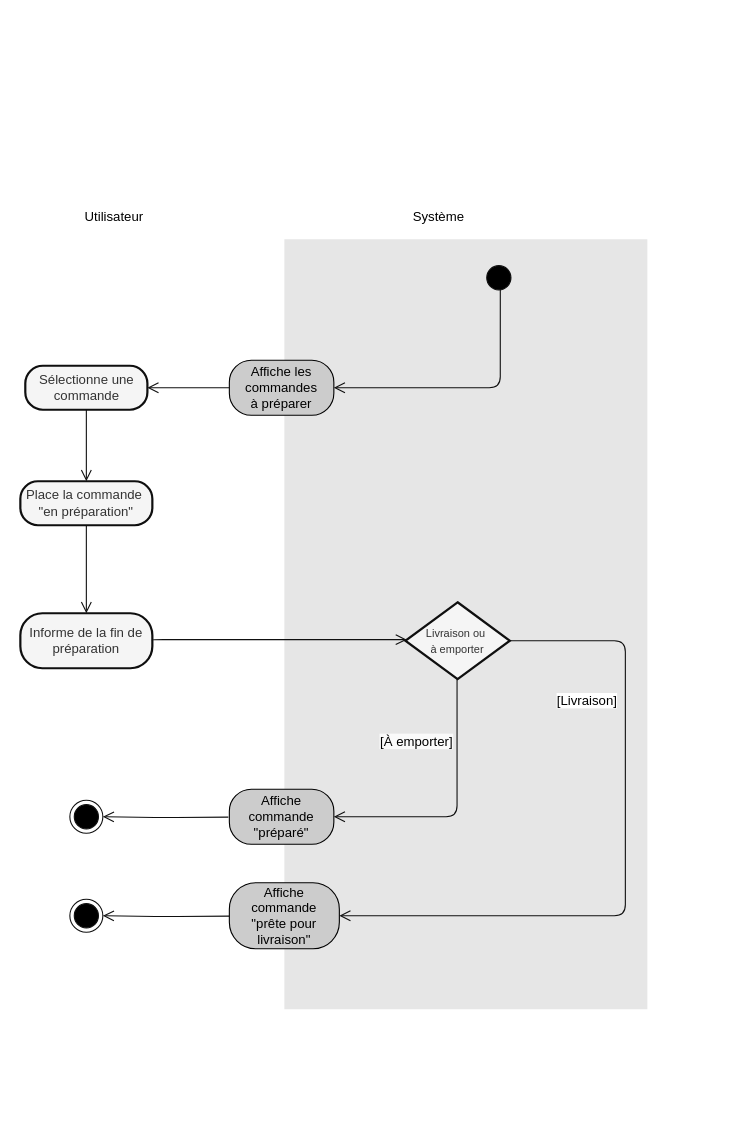
The draw.io diagram diagrams/activity/prepare.drawio in gsagot/oc_p6_ocPizza, before the edit. Source tidied: cells renumbered, new cells numbered last; positions are measured from the earlier drawing's top-left corner, leaving out a move shared by most shapes. Both pictures are drawn from the tidied source at 110%, with x=0, y=0 at pixel (20, 206).
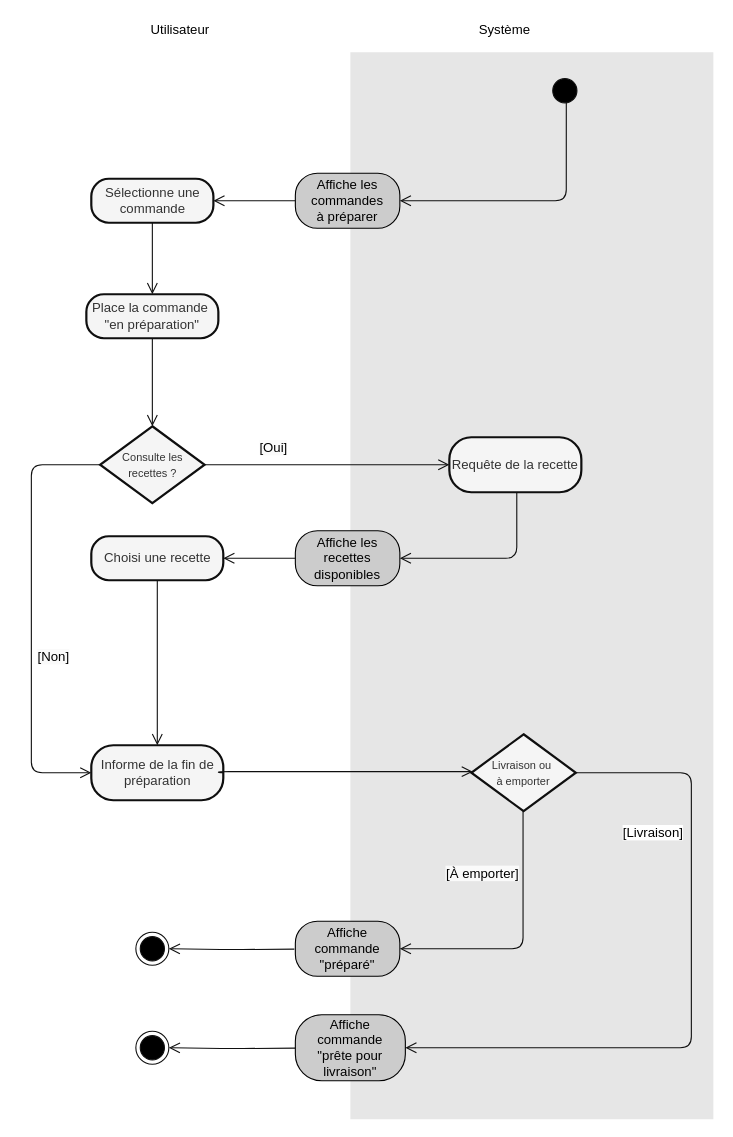
Above is the later version.

The edit, as a diff of the source:
```diff
@@
-    <mxCell id="2" style="rounded=0;whiteSpace=wrap;html=1;strokeColor=none;fillColor=#E6E6E6;" parent="1" vertex="1">
-      <mxGeometry x="240" y="30" width="330" height="700" as="geometry" />
-    </mxCell>
-    <mxCell id="3" style="ellipse;html=1;shape=startState;fillColor=#000000;shadow=0;sketch=0;strokeColor=#0F0F0F;" parent="1" vertex="1">
-      <mxGeometry x="420" y="50" width="30" height="30" as="geometry" />
-    </mxCell>
-    <mxCell id="4" style="edgeStyle=orthogonalEdgeStyle;html=1;verticalAlign=bottom;endArrow=open;endSize=8;strokeColor=#0F0F0F;exitX=0.544;exitY=0.839;exitDx=0;exitDy=0;exitPerimeter=0;entryX=1;entryY=0.5;entryDx=0;entryDy=0;" parent="1" edge="1" source="3" target="5">
-      <mxGeometry relative="1" as="geometry">
-        <Array as="points">
-          <mxPoint x="436" y="165" />
-        </Array>
-      </mxGeometry>
-    </mxCell>
+    <mxCell id="26" style="rounded=0;whiteSpace=wrap;html=1;strokeColor=none;fillColor=#E6E6E6;" parent="1" vertex="1">
+      <mxGeometry x="300" y="-140" width="330" height="970" as="geometry" />
+    </mxCell>
+    <mxCell id="27" style="ellipse;html=1;shape=startState;fillColor=#000000;shadow=0;sketch=0;strokeColor=#0F0F0F;" parent="1" vertex="1">
+      <mxGeometry x="480" y="-120" width="30" height="30" as="geometry" />
+    </mxCell>
+    <mxCell id="28" style="edgeStyle=orthogonalEdgeStyle;html=1;verticalAlign=bottom;endArrow=open;endSize=8;strokeColor=#0F0F0F;exitX=0.544;exitY=0.839;exitDx=0;exitDy=0;exitPerimeter=0;entryX=1;entryY=0.5;entryDx=0;entryDy=0;" parent="1" edge="1" source="27" target="5">
+      <mxGeometry relative="1" as="geometry">
+        <Array as="points">
+          <mxPoint x="496" y="-5" />
+        </Array>
+      </mxGeometry>
+    </mxCell>
     <mxCell id="5" value="Affiche les commandes&lt;br&gt;à préparer" style="rounded=1;whiteSpace=wrap;html=1;arcSize=40;shadow=0;sketch=0;fillColor=#CCCCCC;" parent="1" vertex="1">
-      <mxGeometry x="190" y="140" width="95" height="50" as="geometry" />
+      <mxGeometry x="250" y="-30" width="95" height="50" as="geometry" />
     </mxCell>
     <mxCell id="6" value="Sélectionne une commande" style="rounded=1;whiteSpace=wrap;html=1;arcSize=40;fillColor=#f5f5f5;shadow=0;sketch=0;fontColor=#333333;strokeWidth=2;strokeColor=#0F0F0F;" parent="1" vertex="1">
-      <mxGeometry x="4.5" y="145" width="111" height="40" as="geometry" />
+      <mxGeometry x="64.5" y="-25" width="111" height="40" as="geometry" />
     </mxCell>
     <mxCell id="7" style="edgeStyle=orthogonalEdgeStyle;html=1;verticalAlign=bottom;endArrow=open;endSize=8;strokeColor=#0F0F0F;exitX=0;exitY=0.5;exitDx=0;exitDy=0;entryX=1;entryY=0.5;entryDx=0;entryDy=0;" parent="1" edge="1" source="5" target="6">
       <mxGeometry relative="1" as="geometry">
         <Array as="points">
-          <mxPoint x="140" y="165" />
-          <mxPoint x="140" y="165" />
+          <mxPoint x="200" y="-5" />
+          <mxPoint x="200" y="-5" />
         </Array>
       </mxGeometry>
     </mxCell>
     <mxCell id="8" value="Place la commande&amp;nbsp;&lt;br&gt;&quot;en préparation&quot;" style="rounded=1;whiteSpace=wrap;html=1;arcSize=40;fillColor=#f5f5f5;shadow=0;sketch=0;fontColor=#333333;strokeWidth=2;strokeColor=#0F0F0F;" parent="1" vertex="1">
-      <mxGeometry y="250" width="120" height="40" as="geometry" />
+      <mxGeometry x="60" y="80" width="120" height="40" as="geometry" />
     </mxCell>
-    <mxCell id="9" style="edgeStyle=orthogonalEdgeStyle;html=1;verticalAlign=bottom;endArrow=open;endSize=8;strokeColor=#0F0F0F;exitX=0.5;exitY=1;exitDx=0;exitDy=0;" parent="1" edge="1" source="6">
-      <mxGeometry relative="1" as="geometry">
-        <mxPoint x="60" y="250" as="targetPoint" />
-        <Array as="points">
-          <mxPoint x="60" y="185" />
-        </Array>
-      </mxGeometry>
-    </mxCell>
+    <mxCell id="29" style="edgeStyle=orthogonalEdgeStyle;html=1;verticalAlign=bottom;endArrow=open;endSize=8;strokeColor=#0F0F0F;exitX=0.5;exitY=1;exitDx=0;exitDy=0;" parent="1" edge="1" source="6">
+      <mxGeometry relative="1" as="geometry">
+        <mxPoint x="120" y="80" as="targetPoint" />
+        <Array as="points">
+          <mxPoint x="120" y="15" />
+        </Array>
+      </mxGeometry>
+    </mxCell>
     <mxCell id="10" value="Informe de la fin de préparation" style="rounded=1;whiteSpace=wrap;html=1;arcSize=40;fillColor=#f5f5f5;shadow=0;sketch=0;fontColor=#333333;strokeWidth=2;strokeColor=#0F0F0F;" parent="1" vertex="1">
-      <mxGeometry y="370" width="120" height="50" as="geometry" />
+      <mxGeometry x="64.5" y="490" width="120" height="50" as="geometry" />
     </mxCell>
-    <mxCell id="11" style="edgeStyle=orthogonalEdgeStyle;html=1;verticalAlign=bottom;endArrow=open;endSize=8;strokeColor=#0F0F0F;exitX=0.5;exitY=1;exitDx=0;exitDy=0;" parent="1" edge="1" source="8">
-      <mxGeometry relative="1" as="geometry">
-        <mxPoint x="60" y="370" as="targetPoint" />
-      </mxGeometry>
-    </mxCell>
+    <mxCell id="30" style="edgeStyle=orthogonalEdgeStyle;html=1;verticalAlign=bottom;endArrow=open;endSize=8;strokeColor=#0F0F0F;exitX=0.5;exitY=1;exitDx=0;exitDy=0;" parent="1" edge="1" source="8">
+      <mxGeometry relative="1" as="geometry">
+        <mxPoint x="120" y="200" as="targetPoint" />
+      </mxGeometry>
+    </mxCell>
     <mxCell id="12" value="&lt;font style=&quot;font-size: 10px&quot;&gt;Livraison ou&amp;nbsp;&lt;br&gt;à emporter&lt;/font&gt;" style="rhombus;whiteSpace=wrap;html=1;fillColor=#f5f5f5;shadow=0;sketch=0;fontColor=#333333;strokeWidth=2;strokeColor=#0F0F0F;" parent="1" vertex="1">
-      <mxGeometry x="350" y="360" width="95" height="70" as="geometry" />
+      <mxGeometry x="410" y="480" width="95" height="70" as="geometry" />
     </mxCell>
     <mxCell id="13" style="edgeStyle=orthogonalEdgeStyle;html=1;verticalAlign=bottom;endArrow=open;endSize=8;strokeColor=#0F0F0F;exitX=1;exitY=0.5;exitDx=0;exitDy=0;" parent="1" edge="1" source="10" target="12">
       <mxGeometry relative="1" as="geometry">
         <Array as="points">
-          <mxPoint x="120" y="394" />
+          <mxPoint x="180" y="514" />
         </Array>
       </mxGeometry>
     </mxCell>
-    <mxCell id="14" style="edgeStyle=orthogonalEdgeStyle;html=1;verticalAlign=bottom;endArrow=open;endSize=8;strokeColor=#0F0F0F;exitX=0.5;exitY=1;exitDx=0;exitDy=0;entryX=1;entryY=0.5;entryDx=0;entryDy=0;" parent="1" edge="1" target="16">
-      <mxGeometry relative="1" as="geometry">
-        <mxPoint x="397" y="430" as="sourcePoint" />
-        <Array as="points">
-          <mxPoint x="397" y="555" />
-        </Array>
-      </mxGeometry>
-    </mxCell>
+    <mxCell id="31" style="edgeStyle=orthogonalEdgeStyle;html=1;verticalAlign=bottom;endArrow=open;endSize=8;strokeColor=#0F0F0F;exitX=0.5;exitY=1;exitDx=0;exitDy=0;entryX=1;entryY=0.5;entryDx=0;entryDy=0;" parent="1" edge="1" target="16">
+      <mxGeometry relative="1" as="geometry">
+        <mxPoint x="457" y="550" as="sourcePoint" />
+        <Array as="points">
+          <mxPoint x="457" y="675" />
+        </Array>
+      </mxGeometry>
+    </mxCell>
     <mxCell id="15" style="edgeStyle=orthogonalEdgeStyle;html=1;verticalAlign=bottom;endArrow=open;endSize=8;strokeColor=#0F0F0F;exitX=1;exitY=0.5;exitDx=0;exitDy=0;entryX=1;entryY=0.5;entryDx=0;entryDy=0;" parent="1" edge="1" source="12" target="19">
       <mxGeometry relative="1" as="geometry">
         <Array as="points">
-          <mxPoint x="550" y="395" />
-          <mxPoint x="550" y="645" />
+          <mxPoint x="610" y="515" />
+          <mxPoint x="610" y="765" />
         </Array>
       </mxGeometry>
     </mxCell>
     <mxCell id="16" value="Affiche commande&lt;br&gt;&quot;préparé&quot;" style="rounded=1;whiteSpace=wrap;html=1;arcSize=40;shadow=0;sketch=0;fillColor=#CCCCCC;" parent="1" vertex="1">
-      <mxGeometry x="190" y="530" width="95" height="50" as="geometry" />
+      <mxGeometry x="250" y="650" width="95" height="50" as="geometry" />
     </mxCell>
-    <mxCell id="17" style="edgeStyle=orthogonalEdgeStyle;html=1;verticalAlign=bottom;endArrow=open;endSize=8;strokeColor=#0F0F0F;entryX=1;entryY=0.5;entryDx=0;entryDy=0;exitX=0.559;exitY=0.586;exitDx=0;exitDy=0;exitPerimeter=0;" parent="1" edge="1" target="18">
-      <mxGeometry relative="1" as="geometry">
-        <mxPoint x="190" y="645.3" as="sourcePoint" />
-      </mxGeometry>
-    </mxCell>
-    <mxCell id="18" style="ellipse;html=1;shape=endState;fillColor=#000000;shadow=0;sketch=0;strokeColor=#0F0F0F;" parent="1" vertex="1">
-      <mxGeometry x="45" y="630" width="30" height="30" as="geometry" />
-    </mxCell>
+    <mxCell id="32" style="edgeStyle=orthogonalEdgeStyle;html=1;verticalAlign=bottom;endArrow=open;endSize=8;strokeColor=#0F0F0F;entryX=1;entryY=0.5;entryDx=0;entryDy=0;exitX=0.559;exitY=0.586;exitDx=0;exitDy=0;exitPerimeter=0;" parent="1" edge="1" target="33">
+      <mxGeometry relative="1" as="geometry">
+        <mxPoint x="250" y="765.3" as="sourcePoint" />
+      </mxGeometry>
+    </mxCell>
+    <mxCell id="33" style="ellipse;html=1;shape=endState;fillColor=#000000;shadow=0;sketch=0;strokeColor=#0F0F0F;" parent="1" vertex="1">
+      <mxGeometry x="105" y="750" width="30" height="30" as="geometry" />
+    </mxCell>
     <mxCell id="19" value="Affiche commande&lt;br&gt;&quot;prête pour livraison&quot;" style="rounded=1;whiteSpace=wrap;html=1;arcSize=40;shadow=0;sketch=0;fillColor=#CCCCCC;" parent="1" vertex="1">
-      <mxGeometry x="190" y="615" width="100" height="60" as="geometry" />
+      <mxGeometry x="250" y="735" width="100" height="60" as="geometry" />
     </mxCell>
-    <mxCell id="20" style="edgeStyle=orthogonalEdgeStyle;html=1;verticalAlign=bottom;endArrow=open;endSize=8;strokeColor=#0F0F0F;entryX=1;entryY=0.5;entryDx=0;entryDy=0;exitX=0.559;exitY=0.586;exitDx=0;exitDy=0;exitPerimeter=0;" parent="1" edge="1" target="21">
-      <mxGeometry relative="1" as="geometry">
-        <mxPoint x="189.1" y="555.3" as="sourcePoint" />
-      </mxGeometry>
-    </mxCell>
-    <mxCell id="21" style="ellipse;html=1;shape=endState;fillColor=#000000;shadow=0;sketch=0;strokeColor=#0F0F0F;" parent="1" vertex="1">
-      <mxGeometry x="45" y="540" width="30" height="30" as="geometry" />
-    </mxCell>
+    <mxCell id="34" style="edgeStyle=orthogonalEdgeStyle;html=1;verticalAlign=bottom;endArrow=open;endSize=8;strokeColor=#0F0F0F;entryX=1;entryY=0.5;entryDx=0;entryDy=0;exitX=0.559;exitY=0.586;exitDx=0;exitDy=0;exitPerimeter=0;" parent="1" edge="1" target="35">
+      <mxGeometry relative="1" as="geometry">
+        <mxPoint x="249.1" y="675.3" as="sourcePoint" />
+      </mxGeometry>
+    </mxCell>
+    <mxCell id="35" style="ellipse;html=1;shape=endState;fillColor=#000000;shadow=0;sketch=0;strokeColor=#0F0F0F;" parent="1" vertex="1">
+      <mxGeometry x="105" y="660" width="30" height="30" as="geometry" />
+    </mxCell>
     <mxCell id="22" value="Système" style="text;html=1;align=center;verticalAlign=middle;strokeColor=none;" parent="1" vertex="1">
-      <mxGeometry x="350" width="60" height="20" as="geometry" />
+      <mxGeometry x="410" y="-170" width="60" height="20" as="geometry" />
     </mxCell>
     <mxCell id="23" value="Utilisateur" style="text;html=1;align=center;verticalAlign=middle;strokeColor=none;" parent="1" vertex="1">
-      <mxGeometry x="50" width="70" height="20" as="geometry" />
+      <mxGeometry x="110" y="-170" width="70" height="20" as="geometry" />
     </mxCell>
     <mxCell id="24" value="&lt;span style=&quot;background-color: rgb(255 , 255 , 255)&quot;&gt;[Livraison]&lt;/span&gt;" style="text;html=1;align=center;verticalAlign=middle;strokeColor=none;" parent="1" vertex="1">
-      <mxGeometry x="480" y="440" width="70" height="20" as="geometry" />
+      <mxGeometry x="540" y="560" width="70" height="20" as="geometry" />
     </mxCell>
     <mxCell id="25" value="&lt;span style=&quot;background-color: rgb(250 , 250 , 250)&quot;&gt;[À emporter]&lt;/span&gt;" style="text;html=1;align=center;verticalAlign=middle;strokeColor=none;" parent="1" vertex="1">
-      <mxGeometry x="320" y="477" width="80" height="20" as="geometry" />
+      <mxGeometry x="380" y="597" width="80" height="20" as="geometry" />
     </mxCell>
+    <mxCell id="36" value="&lt;font size=&quot;1&quot;&gt;Consulte les recettes ?&lt;/font&gt;" style="rhombus;whiteSpace=wrap;html=1;fillColor=#f5f5f5;shadow=0;sketch=0;fontColor=#333333;strokeWidth=2;strokeColor=#0F0F0F;" parent="1" vertex="1">
+      <mxGeometry x="72.5" y="200" width="95" height="70" as="geometry" />
+    </mxCell>
+    <mxCell id="37" style="edgeStyle=orthogonalEdgeStyle;html=1;verticalAlign=bottom;endArrow=open;endSize=8;strokeColor=#0F0F0F;exitX=0;exitY=0.5;exitDx=0;exitDy=0;entryX=0;entryY=0.5;entryDx=0;entryDy=0;" parent="1" edge="1" source="36" target="10">
+      <mxGeometry relative="1" as="geometry">
+        <Array as="points">
+          <mxPoint x="10" y="235" />
+          <mxPoint x="10" y="515" />
+        </Array>
+      </mxGeometry>
+    </mxCell>
+    <mxCell id="38" value="&lt;span style=&quot;background-color: rgb(250 , 250 , 250)&quot;&gt;[Non]&lt;/span&gt;" style="text;html=1;align=center;verticalAlign=middle;strokeColor=none;" parent="1" vertex="1">
+      <mxGeometry x="10" y="400" width="40" height="20" as="geometry" />
+    </mxCell>
+    <mxCell id="39" style="edgeStyle=orthogonalEdgeStyle;html=1;verticalAlign=bottom;endArrow=open;endSize=8;strokeColor=#0F0F0F;exitX=1;exitY=0.5;exitDx=0;exitDy=0;entryX=0;entryY=0.5;entryDx=0;entryDy=0;" parent="1" edge="1" source="36" target="40">
+      <mxGeometry relative="1" as="geometry">
+        <Array as="points">
+          <mxPoint x="360" y="235" />
+          <mxPoint x="360" y="235" />
+        </Array>
+      </mxGeometry>
+    </mxCell>
+    <mxCell id="40" value="Requête de la recette" style="rounded=1;whiteSpace=wrap;html=1;arcSize=40;fillColor=#f5f5f5;shadow=0;sketch=0;fontColor=#333333;strokeWidth=2;strokeColor=#0F0F0F;" parent="1" vertex="1">
+      <mxGeometry x="390" y="210" width="120" height="50" as="geometry" />
+    </mxCell>
+    <mxCell id="41" value="Affiche les recettes disponibles" style="rounded=1;whiteSpace=wrap;html=1;arcSize=40;shadow=0;sketch=0;fillColor=#CCCCCC;" parent="1" vertex="1">
+      <mxGeometry x="250" y="295" width="95" height="50" as="geometry" />
+    </mxCell>
+    <mxCell id="42" style="edgeStyle=orthogonalEdgeStyle;html=1;verticalAlign=bottom;endArrow=open;endSize=8;strokeColor=#0F0F0F;exitX=0.544;exitY=0.839;exitDx=0;exitDy=0;exitPerimeter=0;entryX=1;entryY=0.5;entryDx=0;entryDy=0;" parent="1" edge="1" target="41">
+      <mxGeometry relative="1" as="geometry">
+        <mxPoint x="451.3" y="260" as="sourcePoint" />
+        <Array as="points">
+          <mxPoint x="451" y="320" />
+        </Array>
+      </mxGeometry>
+    </mxCell>
+    <mxCell id="43" value="&lt;span style=&quot;background-color: rgb(250 , 250 , 250)&quot;&gt;[Oui]&lt;/span&gt;" style="text;html=1;align=center;verticalAlign=middle;strokeColor=none;" parent="1" vertex="1">
+      <mxGeometry x="210" y="210" width="40" height="20" as="geometry" />
+    </mxCell>
+    <mxCell id="44" value="Choisi une recette" style="rounded=1;whiteSpace=wrap;html=1;arcSize=40;fillColor=#f5f5f5;shadow=0;sketch=0;fontColor=#333333;strokeWidth=2;strokeColor=#0F0F0F;" parent="1" vertex="1">
+      <mxGeometry x="64.5" y="300" width="120" height="40" as="geometry" />
+    </mxCell>
+    <mxCell id="45" style="edgeStyle=orthogonalEdgeStyle;html=1;verticalAlign=bottom;endArrow=open;endSize=8;strokeColor=#0F0F0F;exitX=0;exitY=0.5;exitDx=0;exitDy=0;entryX=1;entryY=0.5;entryDx=0;entryDy=0;" parent="1" edge="1" source="41" target="44">
+      <mxGeometry relative="1" as="geometry">
+        <Array as="points">
+          <mxPoint x="220" y="320" />
+          <mxPoint x="220" y="320" />
+        </Array>
+      </mxGeometry>
+    </mxCell>
+    <mxCell id="46" style="edgeStyle=orthogonalEdgeStyle;html=1;verticalAlign=bottom;endArrow=open;endSize=8;strokeColor=#0F0F0F;exitX=0.5;exitY=1;exitDx=0;exitDy=0;entryX=0.5;entryY=0;entryDx=0;entryDy=0;" parent="1" edge="1" source="44" target="10">
+      <mxGeometry relative="1" as="geometry">
+        <Array as="points">
+          <mxPoint x="125" y="430" />
+          <mxPoint x="125" y="430" />
+        </Array>
+      </mxGeometry>
+    </mxCell>
```
